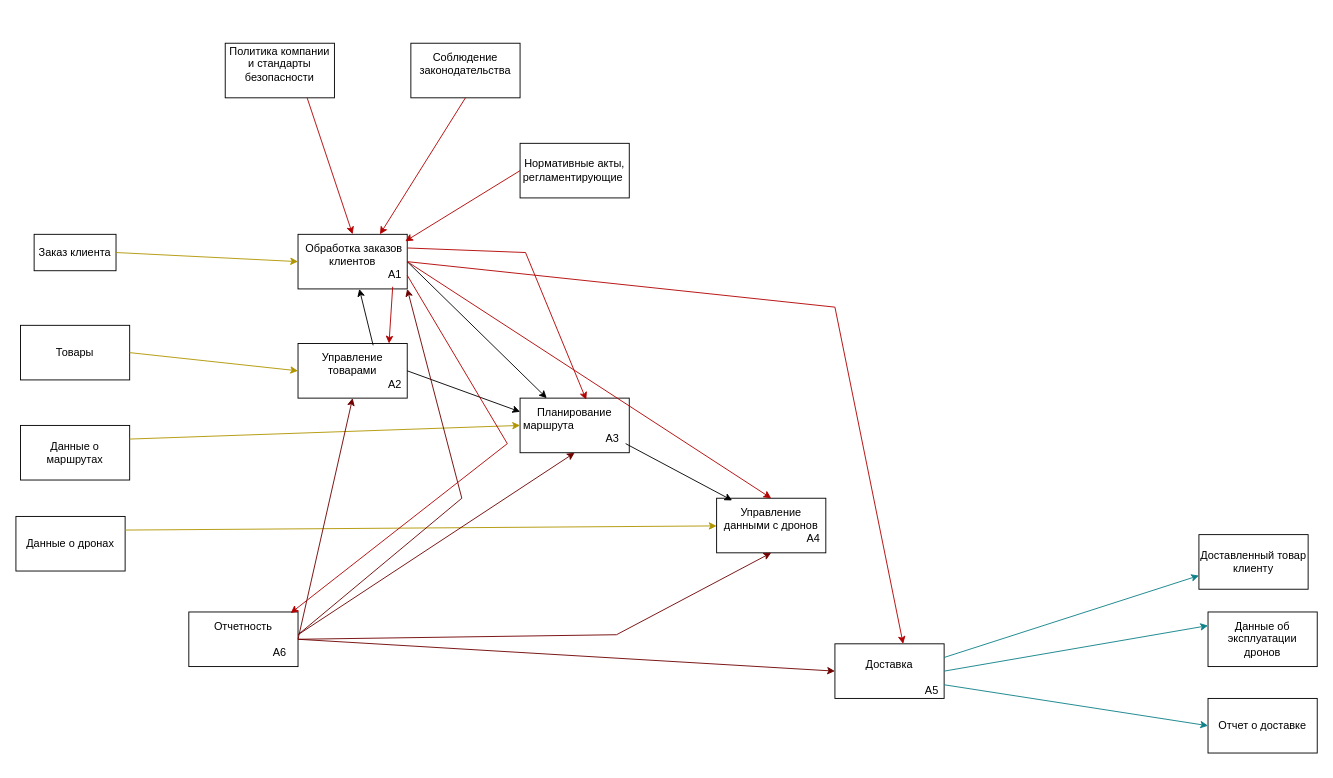
Before: Диаграмма без названия.drawio in Exorser/calculator-app, a draw.io diagram. Source tidied: cells renumbered, new cells numbered last; positions are measured from the earlier drawing's top-left corner, leaving out a move shared by most shapes. Both pictures are drawn from the tidied source at 91%, with x=0, y=0 at pixel (15, 43).
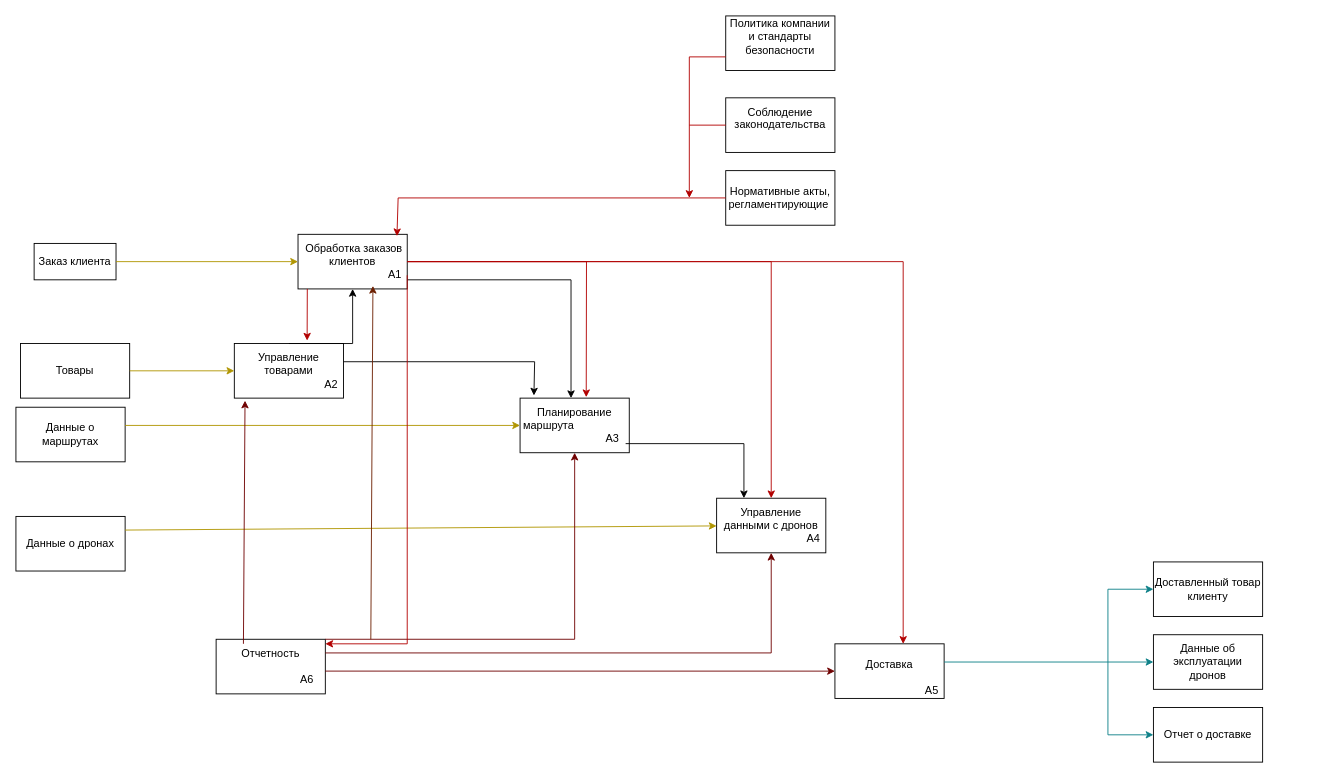
After the change.

Unchanged cells that the change refers to:
```xml
<mxCell id="2" value="&amp;nbsp;Обработка заказов клиентов&lt;div&gt;&amp;nbsp; &amp;nbsp; &amp;nbsp; &amp;nbsp; &amp;nbsp; &amp;nbsp; &amp;nbsp; &amp;nbsp; &amp;nbsp; &amp;nbsp; &amp;nbsp; &amp;nbsp; &amp;nbsp; &amp;nbsp; А1&lt;/div&gt;" style="rounded=0;whiteSpace=wrap;html=1;" parent="1" vertex="1">
  <mxGeometry x="310" y="210" width="120" height="60" as="geometry" />
</mxCell>
<mxCell id="4" value="&lt;div&gt;Планирование маршрута&amp;nbsp; &amp;nbsp; &amp;nbsp; &amp;nbsp; &amp;nbsp; &amp;nbsp; &amp;nbsp; &amp;nbsp; &amp;nbsp; &amp;nbsp; &amp;nbsp; &amp;nbsp; &amp;nbsp;&lt;span style=&quot;white-space: pre;&quot;&gt;&#9;&lt;/span&gt;&lt;span style=&quot;white-space: pre;&quot;&gt;&#9;&lt;/span&gt;&lt;span style=&quot;white-space: pre;&quot;&gt;&#9;&lt;/span&gt; А3&lt;/div&gt;" style="rounded=0;whiteSpace=wrap;html=1;" parent="1" vertex="1">
  <mxGeometry x="554" y="390" width="120" height="60" as="geometry" />
</mxCell>
<mxCell id="5" value="Управление данными с дронов&lt;div&gt;&amp;nbsp;&lt;span style=&quot;white-space: pre;&quot;&gt;&#9;&lt;/span&gt;&lt;span style=&quot;white-space: pre;&quot;&gt;&#9;&lt;/span&gt;&lt;span style=&quot;white-space: pre;&quot;&gt;&#9;&lt;/span&gt;&amp;nbsp; &amp;nbsp; А4&lt;/div&gt;" style="rounded=0;whiteSpace=wrap;html=1;" parent="1" vertex="1">
  <mxGeometry x="770" y="500" width="120" height="60" as="geometry" />
</mxCell>
<mxCell id="7" value="&lt;div&gt;&lt;br&gt;&lt;/div&gt;Доставка&lt;div&gt;&lt;br&gt;&lt;/div&gt;&lt;div&gt;&amp;nbsp; &amp;nbsp; &amp;nbsp; &amp;nbsp; &amp;nbsp; &amp;nbsp; &amp;nbsp; &amp;nbsp; &amp;nbsp; &amp;nbsp; &amp;nbsp; &amp;nbsp; &amp;nbsp; &amp;nbsp; А5&lt;/div&gt;" style="rounded=0;whiteSpace=wrap;html=1;" parent="1" vertex="1">
  <mxGeometry x="900" y="660" width="120" height="60" as="geometry" />
</mxCell>
```

Diff of the diagram source:
```diff
@@
     <mxCell id="3" value="Управление товарами&lt;div&gt;&amp;nbsp; &amp;nbsp; &amp;nbsp; &amp;nbsp; &amp;nbsp; &amp;nbsp; &amp;nbsp; &amp;nbsp; &amp;nbsp; &amp;nbsp; &amp;nbsp; &amp;nbsp; &amp;nbsp; &amp;nbsp; А2&lt;/div&gt;" style="rounded=0;whiteSpace=wrap;html=1;" parent="1" vertex="1">
-      <mxGeometry x="310" y="330" width="120" height="60" as="geometry" />
+      <mxGeometry x="240" y="330" width="120" height="60" as="geometry" />
     </mxCell>
@@
     <mxCell id="6" value="Отчетность&lt;div&gt;&lt;br&gt;&lt;/div&gt;&lt;div&gt;&lt;span style=&quot;white-space: pre;&quot;&gt;&#9;&lt;/span&gt;&lt;span style=&quot;white-space: pre;&quot;&gt;&#9;&lt;/span&gt;&lt;span style=&quot;white-space: pre;&quot;&gt;&#9;&lt;/span&gt;А6&lt;br&gt;&lt;/div&gt;" style="rounded=0;whiteSpace=wrap;html=1;" parent="1" vertex="1">
-      <mxGeometry x="190" y="625" width="120" height="60" as="geometry" />
+      <mxGeometry x="220" y="655" width="120" height="60" as="geometry" />
     </mxCell>
@@
     <mxCell id="8" value="Соблюдение законодательства&lt;div&gt;&lt;span style=&quot;white-space: pre;&quot;&gt;&#9;&lt;/span&gt;&lt;span style=&quot;white-space: pre;&quot;&gt;&#9;&lt;/span&gt;&lt;span style=&quot;white-space: pre;&quot;&gt;&#9;&lt;/span&gt;&lt;br&gt;&lt;/div&gt;" style="rounded=0;whiteSpace=wrap;html=1;" parent="1" vertex="1">
-      <mxGeometry x="434" width="120" height="60" as="geometry" />
+      <mxGeometry x="780" y="60" width="120" height="60" as="geometry" />
     </mxCell>
     <mxCell id="9" value="Политика компании и стандарты безопасности&lt;div&gt;&lt;span style=&quot;white-space: pre;&quot;&gt;&#9;&lt;/span&gt;&lt;span style=&quot;white-space: pre;&quot;&gt;&#9;&lt;/span&gt;&lt;span style=&quot;white-space: pre;&quot;&gt;&#9;&lt;/span&gt;&lt;br&gt;&lt;/div&gt;" style="rounded=0;whiteSpace=wrap;html=1;" parent="1" vertex="1">
-      <mxGeometry x="230" width="120" height="60" as="geometry" />
+      <mxGeometry x="780" y="-30" width="120" height="60" as="geometry" />
     </mxCell>
     <mxCell id="10" value="Заказ клиента" style="rounded=0;whiteSpace=wrap;html=1;" parent="1" vertex="1">
-      <mxGeometry x="20" y="210" width="90" height="40" as="geometry" />
+      <mxGeometry x="20" y="220" width="90" height="40" as="geometry" />
     </mxCell>
@@
     <mxCell id="12" value="Данные о маршрутах" style="rounded=0;whiteSpace=wrap;html=1;" parent="1" vertex="1">
-      <mxGeometry x="5" y="420" width="120" height="60" as="geometry" />
+      <mxGeometry y="400" width="120" height="60" as="geometry" />
     </mxCell>
-    <mxCell id="13" style="endArrow=classic;html=1;rounded=0;exitX=0.688;exitY=0.033;exitDx=0;exitDy=0;exitPerimeter=0;" parent="1" edge="1" source="3" target="2">
-      <mxGeometry relative="1" as="geometry" />
+    <mxCell id="13" style="endArrow=classic;html=1;rounded=0;exitX=0.5;exitY=0;exitDx=0;exitDy=0;" parent="1" edge="1" source="3" target="2">
+      <mxGeometry relative="1" as="geometry">
+        <Array as="points">
+          <mxPoint x="370" y="330" />
+        </Array>
+      </mxGeometry>
     </mxCell>
-    <mxCell id="14" style="endArrow=classic;html=1;rounded=0;exitX=1;exitY=0.5;exitDx=0;exitDy=0;" parent="1" edge="1" source="2" target="4">
-      <mxGeometry relative="1" as="geometry" />
+    <mxCell id="14" style="endArrow=classic;html=1;rounded=0;" parent="1" edge="1">
+      <mxGeometry relative="1" as="geometry">
+        <mxPoint x="430" y="260" as="sourcePoint" />
+        <mxPoint x="610" y="390" as="targetPoint" />
+        <Array as="points">
+          <mxPoint x="610" y="260" />
+        </Array>
+      </mxGeometry>
     </mxCell>
-    <mxCell id="15" style="endArrow=classic;html=1;rounded=0;exitX=1;exitY=0.5;exitDx=0;exitDy=0;entryX=0;entryY=0.25;entryDx=0;entryDy=0;" parent="1" edge="1" source="3" target="4">
-      <mxGeometry relative="1" as="geometry" />
+    <mxCell id="15" style="endArrow=classic;html=1;rounded=0;entryX=0.127;entryY=-0.048;entryDx=0;entryDy=0;entryPerimeter=0;" parent="1" edge="1" target="4">
+      <mxGeometry relative="1" as="geometry">
+        <mxPoint x="360" y="350" as="sourcePoint" />
+        <Array as="points">
+          <mxPoint x="570" y="350" />
+        </Array>
+      </mxGeometry>
     </mxCell>
     <mxCell id="16" value="Нормативные акты, регламентирующие&amp;nbsp;" style="rounded=0;whiteSpace=wrap;html=1;" parent="1" vertex="1">
-      <mxGeometry x="554" y="110" width="120" height="60" as="geometry" />
+      <mxGeometry x="780" y="140" width="120" height="60" as="geometry" />
     </mxCell>
-    <mxCell id="17" style="endArrow=classic;html=1;rounded=0;entryX=0.982;entryY=0.127;entryDx=0;entryDy=0;entryPerimeter=0;exitX=0;exitY=0.5;exitDx=0;exitDy=0;fillColor=#e51400;strokeColor=#B20000;" parent="1" edge="1" source="16" target="2">
-      <mxGeometry relative="1" as="geometry" />
+    <mxCell id="17" style="endArrow=classic;html=1;rounded=0;entryX=0.906;entryY=0.034;entryDx=0;entryDy=0;entryPerimeter=0;exitX=0;exitY=0.5;exitDx=0;exitDy=0;fillColor=#e51400;strokeColor=#B20000;" parent="1" edge="1" source="16" target="2">
+      <mxGeometry relative="1" as="geometry">
+        <Array as="points">
+          <mxPoint x="420" y="170" />
+        </Array>
+      </mxGeometry>
     </mxCell>
@@
     <mxCell id="19" value="Товары" style="rounded=0;whiteSpace=wrap;html=1;" parent="1" vertex="1">
-      <mxGeometry x="5" y="310" width="120" height="60" as="geometry" />
+      <mxGeometry x="5" y="330" width="120" height="60" as="geometry" />
     </mxCell>
@@
-    <mxCell id="21" style="endArrow=classic;html=1;rounded=0;entryX=0;entryY=0.5;entryDx=0;entryDy=0;exitX=1;exitY=0.25;exitDx=0;exitDy=0;fillColor=#e3c800;strokeColor=#B09500;" parent="1" edge="1" source="12" target="4">
-      <mxGeometry relative="1" as="geometry" />
+    <mxCell id="21" style="endArrow=classic;html=1;rounded=0;entryX=0;entryY=0.5;entryDx=0;entryDy=0;fillColor=#e3c800;strokeColor=#B09500;" parent="1" edge="1" target="4">
+      <mxGeometry relative="1" as="geometry">
+        <mxPoint x="120" y="420" as="sourcePoint" />
+      </mxGeometry>
     </mxCell>
@@
-    <mxCell id="23" style="endArrow=classic;html=1;rounded=0;entryX=0.142;entryY=0.04;entryDx=0;entryDy=0;entryPerimeter=0;" parent="1" edge="1" target="5">
+    <mxCell id="23" style="endArrow=classic;html=1;rounded=0;entryX=0.25;entryY=0;entryDx=0;entryDy=0;" parent="1" edge="1" target="5">
       <mxGeometry relative="1" as="geometry">
         <mxPoint x="670" y="440" as="sourcePoint" />
+        <Array as="points">
+          <mxPoint x="800" y="440" />
+        </Array>
       </mxGeometry>
     </mxCell>
-    <mxCell id="24" style="endArrow=classic;html=1;rounded=0;exitX=1;exitY=0.5;exitDx=0;exitDy=0;entryX=0.5;entryY=1;entryDx=0;entryDy=0;fillColor=#a20025;strokeColor=#6F0000;" parent="1" edge="1" source="6" target="3">
-      <mxGeometry relative="1" as="geometry" />
+    <mxCell id="24" style="endArrow=classic;html=1;rounded=0;entryX=0.098;entryY=1.046;entryDx=0;entryDy=0;fillColor=#a20025;strokeColor=#6F0000;entryPerimeter=0;" parent="1" edge="1" target="3">
+      <mxGeometry relative="1" as="geometry">
+        <mxPoint x="250" y="660" as="sourcePoint" />
+      </mxGeometry>
     </mxCell>
-    <mxCell id="25" style="endArrow=classic;html=1;rounded=0;entryX=1;entryY=1;entryDx=0;entryDy=0;fillColor=#a20025;strokeColor=#6F0000;" parent="1" edge="1" target="2">
-      <mxGeometry relative="1" as="geometry">
-        <mxPoint x="310" y="650" as="sourcePoint" />
-        <Array as="points">
-          <mxPoint x="490" y="500" />
-        </Array>
-      </mxGeometry>
-    </mxCell>
-    <mxCell id="26" style="endArrow=classic;html=1;rounded=0;exitX=1;exitY=0.5;exitDx=0;exitDy=0;entryX=0.5;entryY=1;entryDx=0;entryDy=0;fillColor=#a20025;strokeColor=#6F0000;" parent="1" edge="1" source="6" target="5">
+    <mxCell id="26" style="endArrow=classic;html=1;rounded=0;entryX=0.5;entryY=1;entryDx=0;entryDy=0;fillColor=#a20025;strokeColor=#6F0000;exitX=1;exitY=0.25;exitDx=0;exitDy=0;" parent="1" edge="1" source="6" target="5">
       <mxGeometry relative="1" as="geometry">
         <Array as="points">
-          <mxPoint x="660" y="650" />
+          <mxPoint x="830" y="670" />
         </Array>
       </mxGeometry>
     </mxCell>
-    <mxCell id="27" style="endArrow=classic;html=1;rounded=0;entryX=0.5;entryY=1;entryDx=0;entryDy=0;fillColor=#a20025;strokeColor=#6F0000;" parent="1" edge="1" target="4">
+    <mxCell id="27" style="endArrow=classic;html=1;rounded=0;entryX=0.5;entryY=1;entryDx=0;entryDy=0;fillColor=#a20025;strokeColor=#6F0000;exitX=1;exitY=0;exitDx=0;exitDy=0;" parent="1" edge="1" source="6" target="4">
       <mxGeometry relative="1" as="geometry">
-        <mxPoint x="310" y="650" as="sourcePoint" />
+        <Array as="points">
+          <mxPoint x="614" y="655" />
+        </Array>
       </mxGeometry>
     </mxCell>
-    <mxCell id="28" style="endArrow=classic;html=1;rounded=0;entryX=0;entryY=0.5;entryDx=0;entryDy=0;exitX=1;exitY=0.5;exitDx=0;exitDy=0;fillColor=#a20025;strokeColor=#6F0000;" parent="1" edge="1" source="6" target="7">
+    <mxCell id="28" style="endArrow=classic;html=1;rounded=0;entryX=0;entryY=0.5;entryDx=0;entryDy=0;exitX=1;exitY=0.583;exitDx=0;exitDy=0;fillColor=#a20025;strokeColor=#6F0000;exitPerimeter=0;" parent="1" edge="1" source="6" target="7">
       <mxGeometry relative="1" as="geometry" />
     </mxCell>
-    <mxCell id="29" style="endArrow=classic;html=1;rounded=0;entryX=0.75;entryY=0;entryDx=0;entryDy=0;exitX=0.5;exitY=1;exitDx=0;exitDy=0;fillColor=#e51400;strokeColor=#B20000;" parent="1" edge="1" source="8" target="2">
-      <mxGeometry relative="1" as="geometry" />
-    </mxCell>
-    <mxCell id="30" style="endArrow=classic;html=1;rounded=0;exitX=0.75;exitY=1;exitDx=0;exitDy=0;entryX=0.5;entryY=0;entryDx=0;entryDy=0;fillColor=#e51400;strokeColor=#B20000;" parent="1" edge="1" source="9" target="2">
-      <mxGeometry relative="1" as="geometry" />
+    <mxCell id="30" style="endArrow=classic;html=1;rounded=0;exitX=0;exitY=0.75;exitDx=0;exitDy=0;fillColor=#e51400;strokeColor=#B20000;" parent="1" edge="1" source="9">
+      <mxGeometry relative="1" as="geometry">
+        <mxPoint x="740" y="170" as="targetPoint" />
+        <Array as="points">
+          <mxPoint x="740" y="15" />
+        </Array>
+      </mxGeometry>
     </mxCell>
-    <mxCell id="31" style="endArrow=classic;html=1;rounded=0;entryX=0.606;entryY=0.03;entryDx=0;entryDy=0;entryPerimeter=0;exitX=1;exitY=0.25;exitDx=0;exitDy=0;fillColor=#e51400;strokeColor=#B20000;" parent="1" edge="1" source="2" target="4">
+    <mxCell id="31" style="endArrow=classic;html=1;rounded=0;fillColor=#e51400;strokeColor=#B20000;entryX=0.606;entryY=-0.017;entryDx=0;entryDy=0;entryPerimeter=0;" parent="1" edge="1" target="4">
       <mxGeometry relative="1" as="geometry">
+        <mxPoint x="430" y="240" as="sourcePoint" />
         <Array as="points">
-          <mxPoint x="560" y="230" />
+          <mxPoint x="530" y="240" />
+          <mxPoint x="627" y="240" />
         </Array>
       </mxGeometry>
     </mxCell>
-    <mxCell id="32" style="endArrow=classic;html=1;rounded=0;entryX=1;entryY=0.5;entryDx=0;entryDy=0;fillColor=#e51400;strokeColor=#B20000;exitX=0.867;exitY=0.96;exitDx=0;exitDy=0;exitPerimeter=0;" parent="1" edge="1" source="2">
+    <mxCell id="32" style="endArrow=classic;html=1;rounded=0;entryX=1;entryY=0.5;entryDx=0;entryDy=0;fillColor=#e51400;strokeColor=#B20000;exitX=0.835;exitY=1.054;exitDx=0;exitDy=0;exitPerimeter=0;" parent="1" edge="1">
       <mxGeometry relative="1" as="geometry">
-        <mxPoint x="410" y="330" as="targetPoint" />
+        <mxPoint x="320.2" y="270" as="sourcePoint" />
+        <mxPoint x="320" y="326.8" as="targetPoint" />
       </mxGeometry>
     </mxCell>
-    <mxCell id="33" style="endArrow=classic;html=1;rounded=0;entryX=0.933;entryY=0.02;entryDx=0;entryDy=0;entryPerimeter=0;exitX=1;exitY=0.75;exitDx=0;exitDy=0;fillColor=#e51400;strokeColor=#B20000;" parent="1" edge="1" source="2" target="6">
+    <mxCell id="33" style="endArrow=classic;html=1;rounded=0;exitX=1;exitY=0.75;exitDx=0;exitDy=0;fillColor=#e51400;strokeColor=#B20000;" parent="1" edge="1" source="2">
       <mxGeometry relative="1" as="geometry">
+        <mxPoint x="340" y="660" as="targetPoint" />
         <Array as="points">
-          <mxPoint x="540" y="440" />
+          <mxPoint x="430" y="660" />
         </Array>
       </mxGeometry>
     </mxCell>
     <mxCell id="34" style="endArrow=classic;html=1;rounded=0;entryX=0.5;entryY=0;entryDx=0;entryDy=0;exitX=1;exitY=0.5;exitDx=0;exitDy=0;fillColor=#e51400;strokeColor=#B20000;" parent="1" edge="1" source="2" target="5">
-      <mxGeometry relative="1" as="geometry" />
+      <mxGeometry relative="1" as="geometry">
+        <Array as="points">
+          <mxPoint x="830" y="240" />
+        </Array>
+      </mxGeometry>
     </mxCell>
     <mxCell id="35" style="endArrow=classic;html=1;rounded=0;entryX=0.625;entryY=0.001;entryDx=0;entryDy=0;entryPerimeter=0;exitX=1;exitY=0.5;exitDx=0;exitDy=0;fillColor=#e51400;strokeColor=#B20000;" parent="1" edge="1" source="2" target="7">
       <mxGeometry relative="1" as="geometry">
         <Array as="points">
-          <mxPoint x="900" y="290" />
+          <mxPoint x="975" y="240" />
         </Array>
       </mxGeometry>
     </mxCell>
-    <mxCell id="36" style="endArrow=classic;html=1;rounded=0;exitX=1;exitY=0.25;exitDx=0;exitDy=0;entryX=0;entryY=0.75;entryDx=0;entryDy=0;fillColor=#b0e3e6;strokeColor=#0e8088;" parent="1" edge="1" source="7" target="37">
-      <mxGeometry relative="1" as="geometry" />
-    </mxCell>
     <mxCell id="37" value="Доставленный товар клиенту" style="rounded=0;whiteSpace=wrap;html=1;" parent="1" vertex="1">
-      <mxGeometry x="1300" y="540" width="120" height="60" as="geometry" />
+      <mxGeometry x="1250" y="570" width="120" height="60" as="geometry" />
     </mxCell>
     <mxCell id="38" value="Данные об эксплуатации дронов" style="rounded=0;whiteSpace=wrap;html=1;" parent="1" vertex="1">
-      <mxGeometry x="1310" y="625" width="120" height="60" as="geometry" />
+      <mxGeometry x="1250" y="650" width="120" height="60" as="geometry" />
     </mxCell>
     <mxCell id="39" value="Отчет о доставке" style="rounded=0;whiteSpace=wrap;html=1;" parent="1" vertex="1">
-      <mxGeometry x="1310" y="720" width="120" height="60" as="geometry" />
+      <mxGeometry x="1250" y="730" width="120" height="60" as="geometry" />
     </mxCell>
-    <mxCell id="40" style="endArrow=classic;html=1;rounded=0;entryX=0;entryY=0.25;entryDx=0;entryDy=0;exitX=1;exitY=0.5;exitDx=0;exitDy=0;fillColor=#b0e3e6;strokeColor=#0e8088;" parent="1" edge="1" source="7" target="38">
-      <mxGeometry relative="1" as="geometry" />
-    </mxCell>
-    <mxCell id="41" style="endArrow=classic;html=1;rounded=0;entryX=0;entryY=0.5;entryDx=0;entryDy=0;exitX=1;exitY=0.75;exitDx=0;exitDy=0;fillColor=#b0e3e6;strokeColor=#0e8088;" parent="1" edge="1" source="7" target="39">
-      <mxGeometry relative="1" as="geometry" />
-    </mxCell>
+    <mxCell id="42" style="endArrow=none;html=1;rounded=0;entryX=0;entryY=0.5;entryDx=0;entryDy=0;fillColor=#e51400;strokeColor=#B20000;" parent="1" edge="1" target="8">
+      <mxGeometry relative="1" as="geometry">
+        <mxPoint x="740" y="90" as="sourcePoint" />
+      </mxGeometry>
+    </mxCell>
+    <mxCell id="43" style="endArrow=none;html=1;rounded=0;fillColor=#b0e3e6;strokeColor=#0e8088;" parent="1" edge="1">
+      <mxGeometry relative="1" as="geometry">
+        <mxPoint x="1020" y="680" as="sourcePoint" />
+        <mxPoint x="1200" y="680" as="targetPoint" />
+      </mxGeometry>
+    </mxCell>
+    <mxCell id="44" style="endArrow=classic;html=1;rounded=0;fillColor=#b0e3e6;strokeColor=#0e8088;" parent="1" edge="1">
+      <mxGeometry relative="1" as="geometry">
+        <mxPoint x="1200" y="680" as="sourcePoint" />
+        <mxPoint x="1250" y="600" as="targetPoint" />
+        <Array as="points">
+          <mxPoint x="1200" y="600" />
+        </Array>
+      </mxGeometry>
+    </mxCell>
+    <mxCell id="45" style="endArrow=classic;html=1;rounded=0;entryX=0;entryY=0.5;entryDx=0;entryDy=0;fillColor=#b0e3e6;strokeColor=#0e8088;" parent="1" edge="1" target="39">
+      <mxGeometry relative="1" as="geometry">
+        <mxPoint x="1200" y="680" as="sourcePoint" />
+        <Array as="points">
+          <mxPoint x="1200" y="760" />
+        </Array>
+      </mxGeometry>
+    </mxCell>
+    <mxCell id="46" style="endArrow=classic;html=1;rounded=0;entryX=0;entryY=0.5;entryDx=0;entryDy=0;fillColor=#b0e3e6;strokeColor=#0e8088;" parent="1" edge="1" target="38">
+      <mxGeometry relative="1" as="geometry">
+        <mxPoint x="1200" y="680" as="sourcePoint" />
+      </mxGeometry>
+    </mxCell>
+    <mxCell id="47" style="endArrow=classic;html=1;rounded=0;entryX=0.686;entryY=0.944;entryDx=0;entryDy=0;fillColor=#a0522d;strokeColor=#6D1F00;entryPerimeter=0;" parent="1" edge="1" target="2">
+      <mxGeometry relative="1" as="geometry">
+        <mxPoint x="390" y="655" as="sourcePoint" />
+      </mxGeometry>
+    </mxCell>
```
